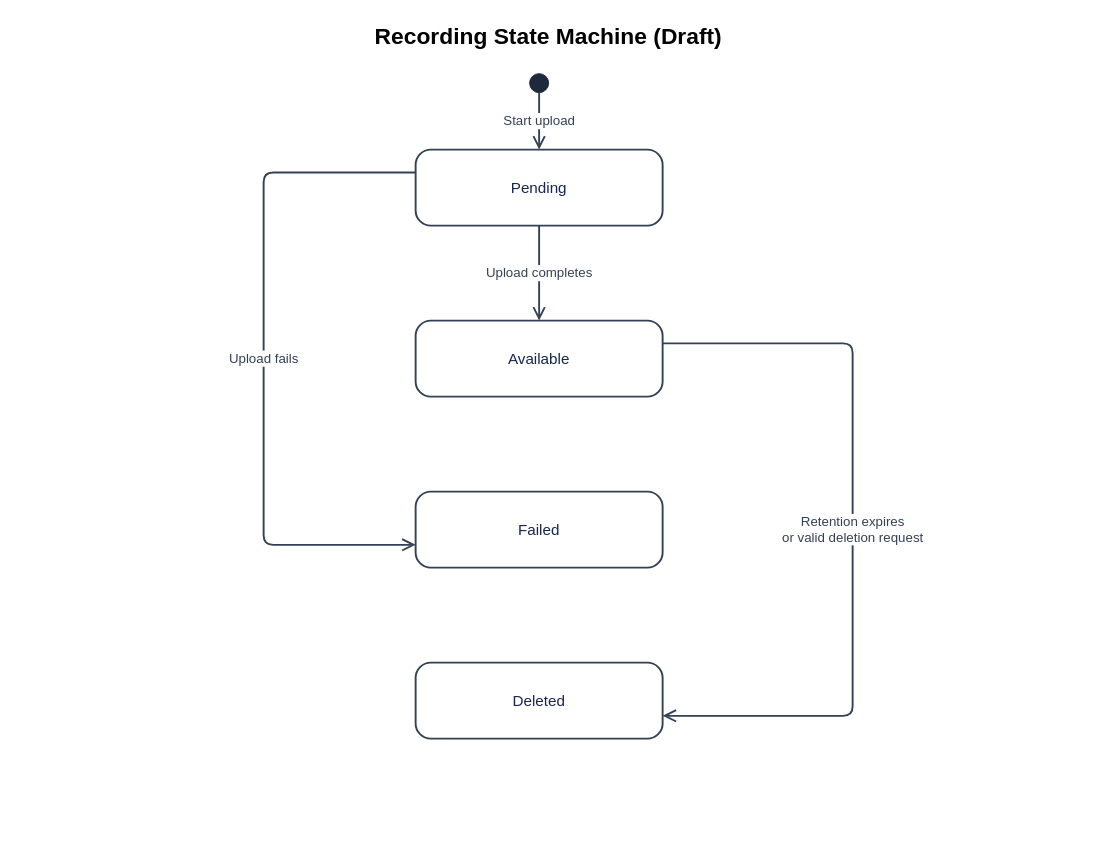
Before: docs/10-statemachine/SM-10_Recording.drawio in callmehai/FU-FA26-G116, a draw.io diagram. Source tidied: cells renumbered, new cells numbered last; positions are measured from the earlier drawing's top-left corner, leaving out a move shared by most shapes. Both pictures are drawn from the tidied source at 95%, with x=0, y=0 at pixel (16, 16).
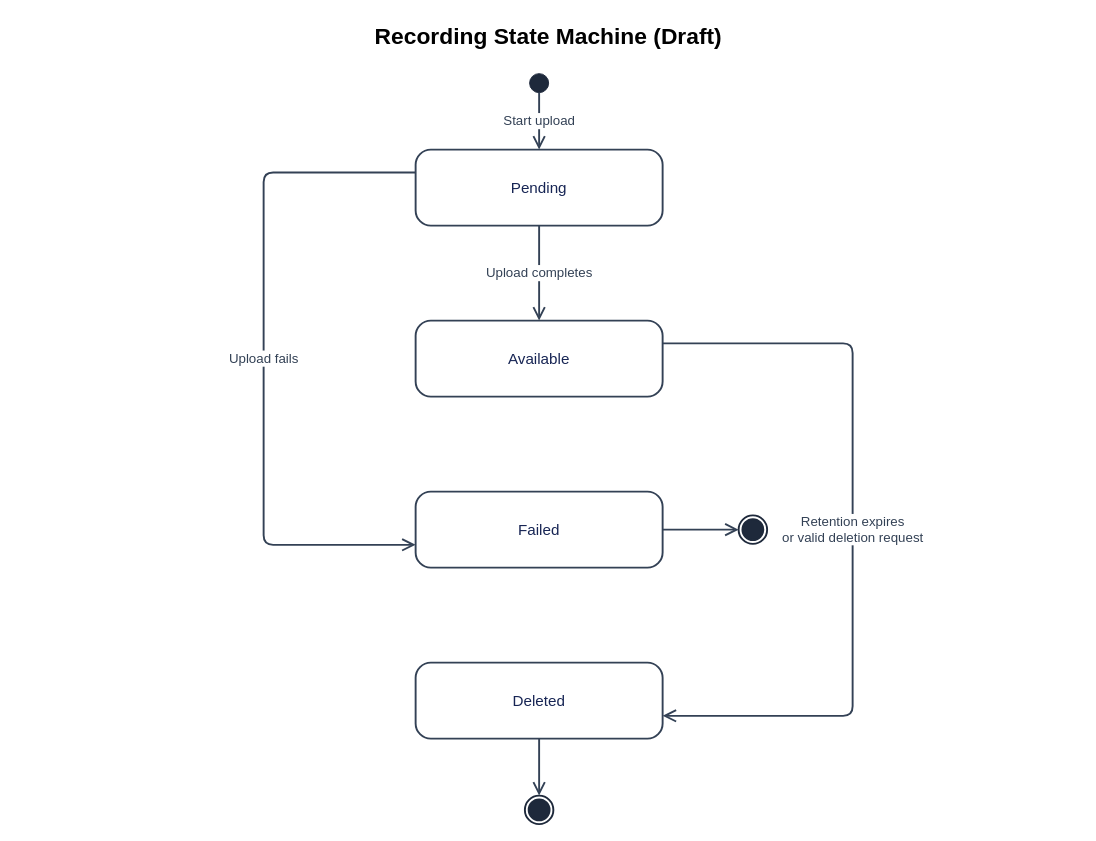
The same page after the edit.

Diff of the diagram source:
```diff
@@
 <mxGraphModel background="#ffffff">
   <root>
     <mxCell id="0" />
     <mxCell id="1" parent="0" />
     <mxCell id="2" value="Recording State Machine (Draft)" style="html=1;whiteSpace=wrap;fontFamily=Arial;fontSize=16;text;align=center;fontStyle=1;fontSize=24;" parent="1" vertex="1">
       <mxGeometry width="1120" height="50" as="geometry" />
     </mxCell>
     <mxCell id="3" style="html=1;whiteSpace=wrap;fontFamily=Arial;fontSize=16;ellipse;fillColor=#1e293b;strokeColor=#1e293b;" parent="1" vertex="1">
       <mxGeometry x="540" y="60" width="20" height="20" as="geometry" />
     </mxCell>
     <mxCell id="4" value="Pending" style="html=1;whiteSpace=wrap;fontFamily=Arial;fontSize=16;rounded=1;arcSize=20;fillColor=#ffffff;strokeColor=#334155;fontColor=#172554;strokeWidth=2;" parent="1" vertex="1">
       <mxGeometry x="420" y="140" width="260" height="80" as="geometry" />
     </mxCell>
     <mxCell id="5" value="Available" style="html=1;whiteSpace=wrap;fontFamily=Arial;fontSize=16;rounded=1;arcSize=20;fillColor=#ffffff;strokeColor=#334155;fontColor=#172554;strokeWidth=2;" parent="1" vertex="1">
       <mxGeometry x="420" y="320" width="260" height="80" as="geometry" />
     </mxCell>
     <mxCell id="6" value="Failed" style="html=1;whiteSpace=wrap;fontFamily=Arial;fontSize=16;rounded=1;arcSize=20;fillColor=#ffffff;strokeColor=#334155;fontColor=#172554;strokeWidth=2;" parent="1" vertex="1">
       <mxGeometry x="420" y="500" width="260" height="80" as="geometry" />
     </mxCell>
     <mxCell id="7" value="Deleted" style="html=1;whiteSpace=wrap;fontFamily=Arial;fontSize=16;rounded=1;arcSize=20;fillColor=#ffffff;strokeColor=#334155;fontColor=#172554;strokeWidth=2;" parent="1" vertex="1">
       <mxGeometry x="420" y="680" width="260" height="80" as="geometry" />
     </mxCell>
     <mxCell id="8" value="Start upload" style="edgeStyle=orthogonalEdgeStyle;rounded=1;jettySize=auto;html=1;endArrow=open;endSize=10;strokeWidth=2;strokeColor=#334155;fontColor=#334155;fontFamily=Arial;fontSize=14;labelBackgroundColor=#ffffff;exitX=0.5;exitY=1;entryX=0.5;entryY=0;" parent="1" edge="1" source="3" target="4">
       <mxGeometry relative="1" as="geometry" />
     </mxCell>
     <mxCell id="9" value="Upload completes" style="edgeStyle=orthogonalEdgeStyle;rounded=1;jettySize=auto;html=1;endArrow=open;endSize=10;strokeWidth=2;strokeColor=#334155;fontColor=#334155;fontFamily=Arial;fontSize=14;labelBackgroundColor=#ffffff;exitX=0.5;exitY=1;entryX=0.5;entryY=0;" parent="1" edge="1" source="4" target="5">
       <mxGeometry relative="1" as="geometry" />
     </mxCell>
     <mxCell id="10" value="Upload fails" style="edgeStyle=orthogonalEdgeStyle;rounded=1;jettySize=auto;html=1;endArrow=open;endSize=10;strokeWidth=2;strokeColor=#334155;fontColor=#334155;fontFamily=Arial;fontSize=14;labelBackgroundColor=#ffffff;exitX=0;exitY=0.3;entryX=0;entryY=0.7;" parent="1" edge="1" source="4" target="6">
       <mxGeometry relative="1" as="geometry">
         <Array as="points">
           <mxPoint x="260" y="164" />
           <mxPoint x="260" y="556" />
         </Array>
       </mxGeometry>
     </mxCell>
     <mxCell id="11" value="Retention expires&#10;or valid deletion request" style="edgeStyle=orthogonalEdgeStyle;rounded=1;jettySize=auto;html=1;endArrow=open;endSize=10;strokeWidth=2;strokeColor=#334155;fontColor=#334155;fontFamily=Arial;fontSize=14;labelBackgroundColor=#ffffff;exitX=1;exitY=0.3;entryX=1;entryY=0.7;" parent="1" edge="1" source="5" target="7">
       <mxGeometry relative="1" as="geometry">
         <Array as="points">
           <mxPoint x="880" y="344" />
           <mxPoint x="880" y="736" />
         </Array>
       </mxGeometry>
     </mxCell>
+    <mxCell id="12" style="ellipse;html=1;shape=endState;fillColor=#1e293b;strokeColor=#1e293b;strokeWidth=2;" parent="1" vertex="1">
+      <mxGeometry x="760" y="525" width="30" height="30" as="geometry" />
+    </mxCell>
+    <mxCell id="13" style="edgeStyle=orthogonalEdgeStyle;rounded=1;jettySize=auto;html=1;endArrow=open;endSize=10;strokeWidth=2;strokeColor=#334155;exitX=1;exitY=0.5;entryX=0;entryY=0.5;" parent="1" edge="1" source="6" target="12">
+      <mxGeometry relative="1" as="geometry" />
+    </mxCell>
+    <mxCell id="14" style="ellipse;html=1;shape=endState;fillColor=#1e293b;strokeColor=#1e293b;strokeWidth=2;" parent="1" vertex="1">
+      <mxGeometry x="535" y="820" width="30" height="30" as="geometry" />
+    </mxCell>
+    <mxCell id="15" style="edgeStyle=orthogonalEdgeStyle;rounded=1;jettySize=auto;html=1;endArrow=open;endSize=10;strokeWidth=2;strokeColor=#334155;exitX=0.5;exitY=1;entryX=0.5;entryY=0;" parent="1" edge="1" source="7" target="14">
+      <mxGeometry relative="1" as="geometry" />
+    </mxCell>
   </root>
 </mxGraphModel>
```
